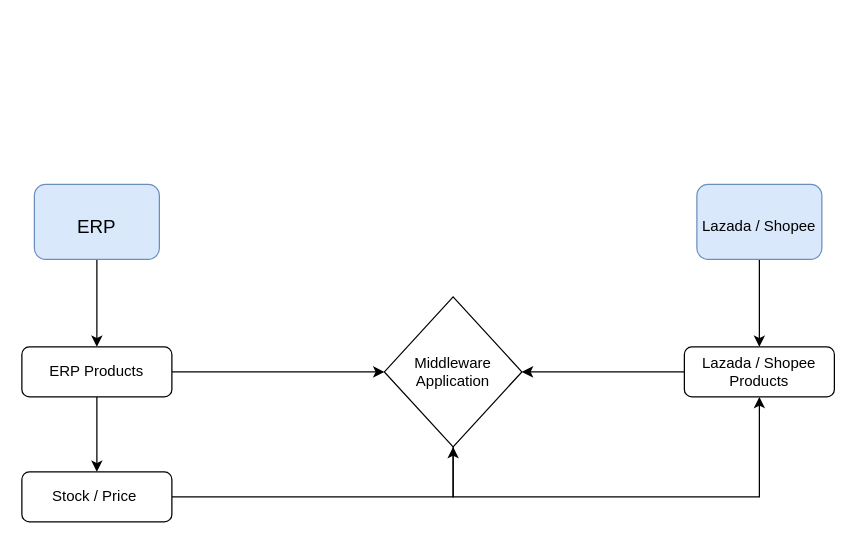
Before: Lazada -  Shopee - ERP.drawio in dilipwk/apj, a draw.io diagram. Source tidied: cells renumbered, new cells numbered last; positions are measured from the earlier drawing's top-left corner, leaving out a move shared by most shapes. Both pictures are drawn from the tidied source at 125%, with x=0, y=0 at pixel (21, 184).
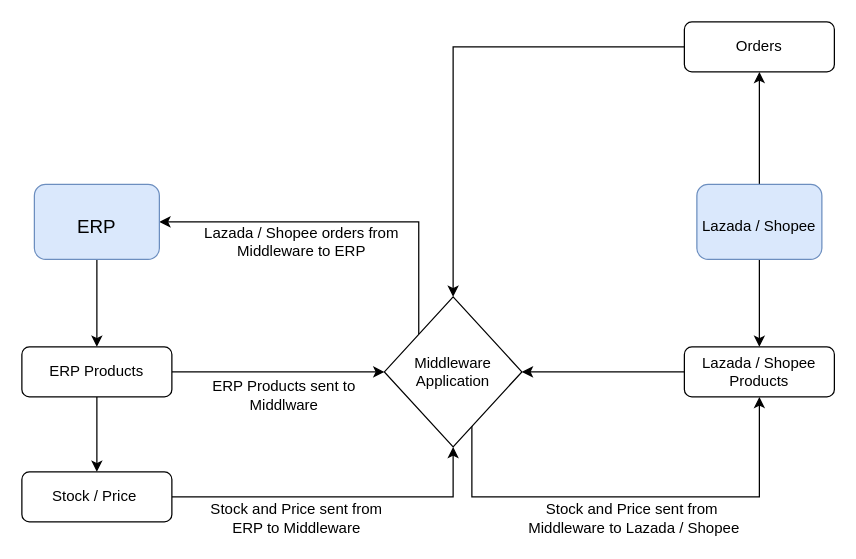
The same page after the edit.

The change refers to these unchanged cells:
```xml
<mxCell id="6" value="Lazada / Shopee&lt;br&gt;Products" style="rounded=1;whiteSpace=wrap;html=1;fontSize=12;glass=0;strokeWidth=1;shadow=0;" parent="1" vertex="1">
  <mxGeometry x="530" y="130" width="120" height="40" as="geometry" />
</mxCell>
<mxCell id="8" value="Middleware Application" style="rhombus;whiteSpace=wrap;html=1;" parent="1" vertex="1">
  <mxGeometry x="290" y="90" width="110" height="120" as="geometry" />
</mxCell>
<mxCell id="10" value="&lt;p style=&quot;line-height: 100%;&quot;&gt;&lt;font style=&quot;font-size: 15px;&quot; color=&quot;#000000&quot;&gt;ERP&lt;/font&gt;&lt;/p&gt;" style="rounded=1;whiteSpace=wrap;html=1;strokeColor=#6c8ebf;fontFamily=Helvetica;fontSize=32;fontColor=default;fillColor=#dae8fc;" parent="1" vertex="1">
  <mxGeometry x="10" width="100" height="60" as="geometry" />
</mxCell>
<mxCell id="12" value="&lt;p style=&quot;line-height: 100%;&quot;&gt;&lt;font style=&quot;font-size: 12px;&quot; color=&quot;#000000&quot;&gt;Lazada / Shopee&lt;/font&gt;&lt;/p&gt;" style="rounded=1;whiteSpace=wrap;html=1;strokeColor=#6c8ebf;fontFamily=Helvetica;fontSize=32;fontColor=default;fillColor=#dae8fc;" parent="1" vertex="1">
  <mxGeometry x="540" width="100" height="60" as="geometry" />
</mxCell>
```

What changed in the source:
```diff
@@
+    <mxCell id="15" style="edgeStyle=orthogonalEdgeStyle;rounded=0;jettySize=auto;html=1;exitX=0;exitY=0;exitDx=0;exitDy=0;entryX=1;entryY=0.5;entryDx=0;entryDy=0;" parent="1" edge="1" source="8" target="10">
+      <mxGeometry relative="1" as="geometry">
+        <Array as="points">
+          <mxPoint x="318" y="30" />
+        </Array>
+      </mxGeometry>
+    </mxCell>
-    <mxCell id="7" style="edgeStyle=orthogonalEdgeStyle;rounded=0;jettySize=auto;html=1;entryX=0.5;entryY=1;entryDx=0;entryDy=0;" parent="1" edge="1" source="8" target="6">
+    <mxCell id="7" style="edgeStyle=orthogonalEdgeStyle;rounded=0;jettySize=auto;html=1;exitX=1;exitY=1;exitDx=0;exitDy=0;entryX=0.5;entryY=1;entryDx=0;entryDy=0;" parent="1" edge="1" source="8" target="6">
       <mxGeometry relative="1" as="geometry">
         <Array as="points">
-          <mxPoint x="345" y="250" />
+          <mxPoint x="360" y="180" />
+          <mxPoint x="360" y="250" />
           <mxPoint x="590" y="250" />
         </Array>
       </mxGeometry>
     </mxCell>
@@
+    <mxCell id="16" style="edgeStyle=orthogonalEdgeStyle;rounded=0;jettySize=auto;html=1;" parent="1" edge="1" source="12" target="18">
+      <mxGeometry relative="1" as="geometry" />
+    </mxCell>
@@
+    <mxCell id="17" style="edgeStyle=orthogonalEdgeStyle;rounded=0;jettySize=auto;html=1;entryX=0.5;entryY=0;entryDx=0;entryDy=0;" parent="1" edge="1" source="18" target="8">
+      <mxGeometry relative="1" as="geometry" />
+    </mxCell>
+    <mxCell id="18" value="Orders" style="rounded=1;whiteSpace=wrap;html=1;fontSize=12;glass=0;strokeWidth=1;shadow=0;" parent="1" vertex="1">
+      <mxGeometry x="530" y="-130" width="120" height="40" as="geometry" />
+    </mxCell>
+    <mxCell id="19" value="Lazada / Shopee orders from Middleware to ERP" style="text;html=1;strokeColor=none;fillColor=none;align=center;verticalAlign=middle;whiteSpace=wrap;rounded=0;" parent="1" vertex="1">
+      <mxGeometry x="144" y="31" width="160" height="30" as="geometry" />
+    </mxCell>
+    <mxCell id="20" value="ERP Products sent to Middlware" style="text;html=1;strokeColor=none;fillColor=none;align=center;verticalAlign=middle;whiteSpace=wrap;rounded=0;" parent="1" vertex="1">
+      <mxGeometry x="130" y="154" width="160" height="30" as="geometry" />
+    </mxCell>
+    <mxCell id="21" value="Stock and Price sent from ERP to Middleware" style="text;html=1;strokeColor=none;fillColor=none;align=center;verticalAlign=middle;whiteSpace=wrap;rounded=0;" parent="1" vertex="1">
+      <mxGeometry x="140" y="252" width="160" height="30" as="geometry" />
+    </mxCell>
+    <mxCell id="22" value="Stock and Price sent from&amp;nbsp; Middleware to Lazada / Shopee" style="text;html=1;strokeColor=none;fillColor=none;align=center;verticalAlign=middle;whiteSpace=wrap;rounded=0;" parent="1" vertex="1">
+      <mxGeometry x="400" y="252" width="180" height="30" as="geometry" />
+    </mxCell>
```
